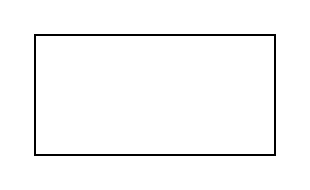
Earlier version of the draw.io diagram Diagrama sin título.drawio (Reinaldo-usm/G1A_SEP1_S12024). Source tidied: cells renumbered, new cells numbered last; positions are measured from the earlier drawing's top-left corner, leaving out a move shared by most shapes. Both pictures are drawn from the tidied source at 200%, with x=0, y=0 at pixel (34, 34).
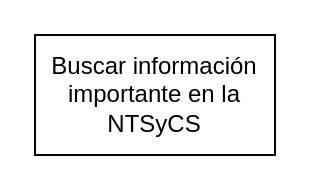
Above is the later version.

Change to the diagram source:
```diff
@@
 <mxGraphModel>
   <root>
     <mxCell id="0" />
     <mxCell id="1" parent="0" />
-    <mxCell id="2" style="rounded=0;whiteSpace=wrap;html=1;" parent="1" vertex="1">
+    <mxCell id="2" value="Buscar información importante en la NTSyCS" style="rounded=0;whiteSpace=wrap;html=1;" parent="1" vertex="1">
       <mxGeometry width="120" height="60" as="geometry" />
     </mxCell>
   </root>
 </mxGraphModel>
```
